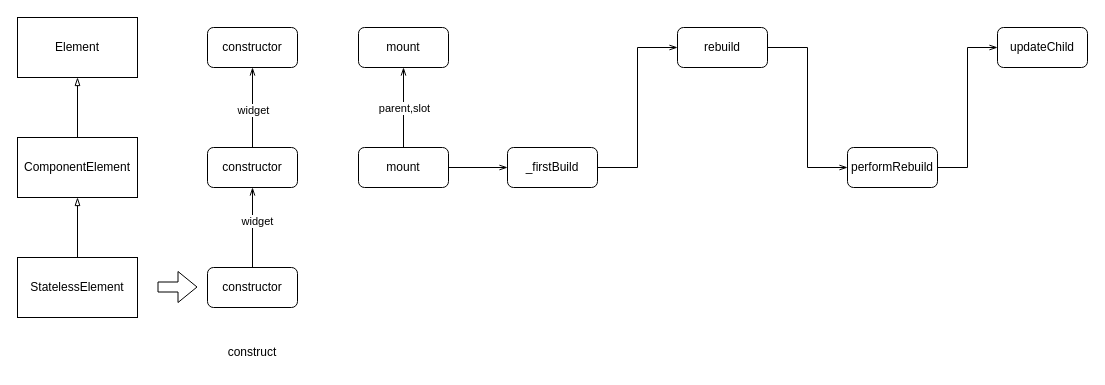
Before: flutter/Untitled Diagram.drawio in rockstore/diagram, a draw.io diagram. Source tidied: cells renumbered, new cells numbered last; positions are measured from the earlier drawing's top-left corner, leaving out a move shared by most shapes. Both pictures are drawn from the tidied source at 100%, with x=0, y=0 at pixel (17, 17).
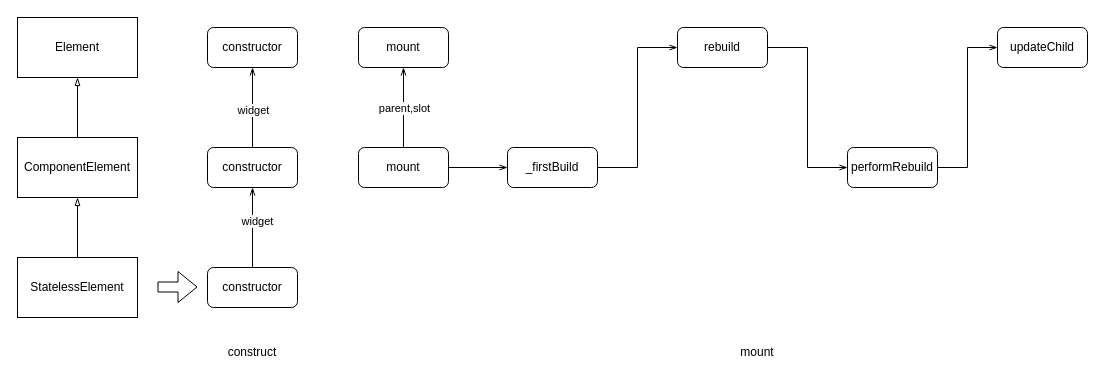
After the change.

What changed in the source:
```diff
@@
+    <mxCell id="28" value="mount" style="text;html=1;strokeColor=none;fillColor=none;align=center;verticalAlign=middle;whiteSpace=wrap;rounded=0;" parent="1" vertex="1">
+      <mxGeometry x="710" y="320" width="60" height="30" as="geometry" />
+    </mxCell>
```
